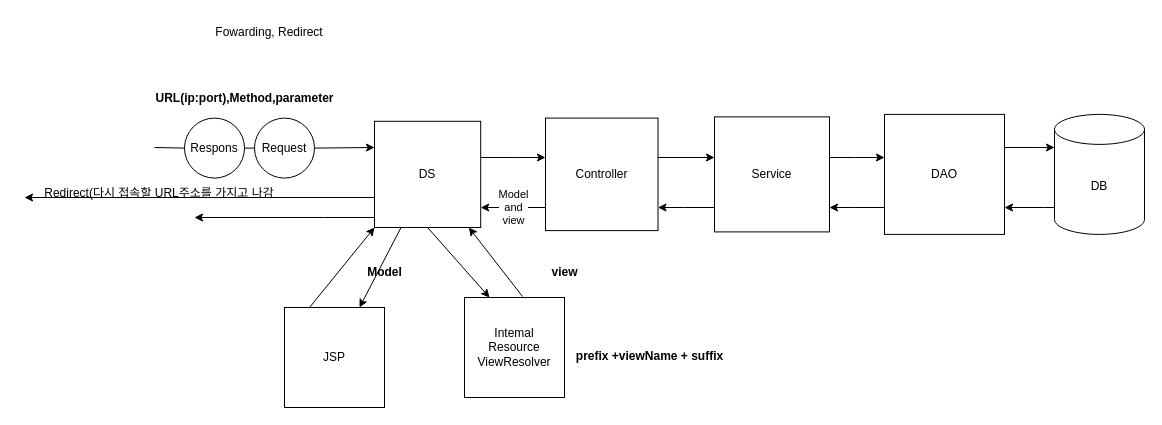
This is page "페이지-1" (1 of 3) of 제목 없는 다이어그램.drawio from tjrgustn06/GDJ60_Spring, a draw.io file, before an edit. Source tidied: cells renumbered, new cells numbered last; positions are measured from the earlier drawing's top-left corner, leaving out a move shared by most shapes. Both pictures are drawn from the tidied source at 100%, with x=0, y=0 at pixel (24, 17).
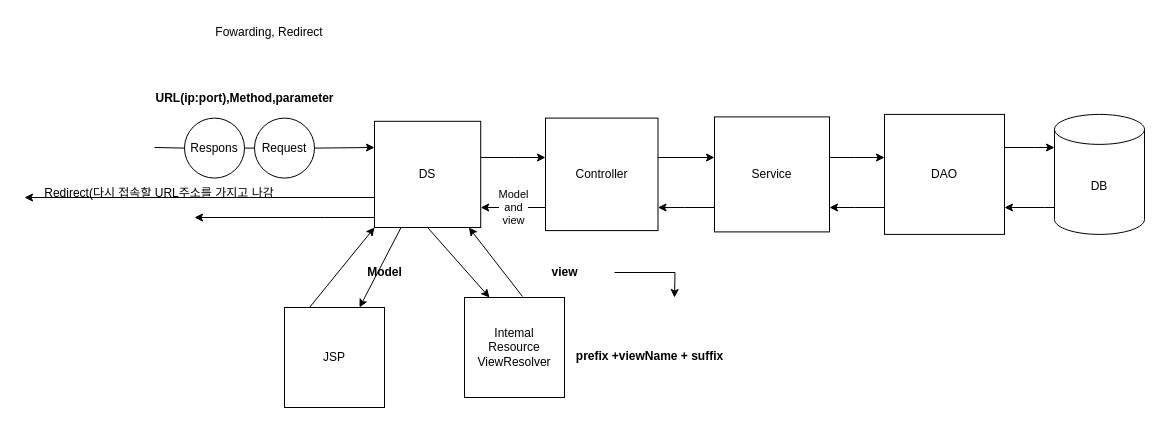
Above is the later version.

Commit message:
제목 없는 다이어그램.drawio 업데이트

The change refers to these unchanged cells:
```xml
<mxCell id="22" value="view" style="text;strokeColor=none;fillColor=none;html=1;fontSize=12;fontStyle=1;verticalAlign=middle;align=center;" parent="1" vertex="1">
  <mxGeometry x="490" y="240" width="100" height="30" as="geometry" />
</mxCell>
```

The edit, as a diff of the source:
```diff
@@
+    <mxCell id="35" style="edgeStyle=orthogonalEdgeStyle;rounded=0;jettySize=auto;html=1;" parent="1" edge="1" source="22">
+      <mxGeometry relative="1" as="geometry">
+        <mxPoint x="650" y="280" as="targetPoint" />
+      </mxGeometry>
+    </mxCell>
```
